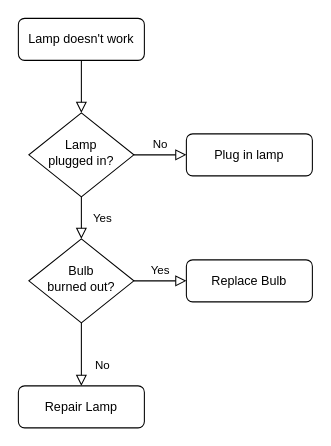
energywzc/draw.io keeps this draw.io diagram as Untitled Diagram.drawio. Above is the earlier version. Source tidied: cells renumbered, new cells numbered last; positions are measured from the earlier drawing's top-left corner, leaving out a move shared by most shapes. Both pictures are drawn from the tidied source at 105%, with x=0, y=0 at pixel (18, 18).
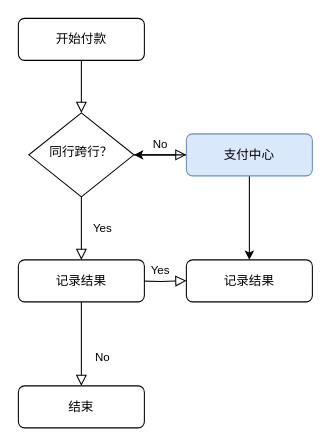
The same page after the edit.

Change to the diagram source:
```diff
@@
 <mxGraphModel>
   <root>
     <mxCell id="0" />
     <mxCell id="1" parent="0" />
     <mxCell id="2" style="rounded=0;html=1;jettySize=auto;fontSize=11;endArrow=block;endFill=0;endSize=8;strokeWidth=1;shadow=0;labelBackgroundColor=none;edgeStyle=orthogonalEdgeStyle;" parent="1" edge="1" source="3" target="6">
       <mxGeometry relative="1" as="geometry" />
     </mxCell>
-    <mxCell id="3" value="Lamp doesn't work" style="rounded=1;whiteSpace=wrap;html=1;fontSize=12;glass=0;strokeWidth=1;shadow=0;" parent="1" vertex="1">
+    <mxCell id="3" value="开始付款" style="rounded=1;whiteSpace=wrap;html=1;fontSize=12;glass=0;strokeWidth=1;shadow=0;" parent="1" vertex="1">
       <mxGeometry width="120" height="40" as="geometry" />
     </mxCell>
-    <mxCell id="4" value="Yes" style="rounded=0;html=1;jettySize=auto;fontSize=11;endArrow=block;endFill=0;endSize=8;strokeWidth=1;shadow=0;labelBackgroundColor=none;edgeStyle=orthogonalEdgeStyle;" parent="1" edge="1" source="6" target="10">
+    <mxCell id="4" value="Yes" style="rounded=0;html=1;jettySize=auto;fontSize=11;endArrow=block;endFill=0;endSize=8;strokeWidth=1;shadow=0;labelBackgroundColor=none;edgeStyle=orthogonalEdgeStyle;entryX=0.5;entryY=0;entryDx=0;entryDy=0;" parent="1" edge="1" source="6" target="15">
       <mxGeometry y="20" relative="1" as="geometry" />
     </mxCell>
     <mxCell id="5" value="No" style="edgeStyle=orthogonalEdgeStyle;rounded=0;html=1;jettySize=auto;fontSize=11;endArrow=block;endFill=0;endSize=8;strokeWidth=1;shadow=0;labelBackgroundColor=none;" parent="1" edge="1" source="6" target="7">
       <mxGeometry y="10" relative="1" as="geometry" />
     </mxCell>
-    <mxCell id="6" value="Lamp&lt;br&gt;plugged in?" style="rhombus;whiteSpace=wrap;html=1;shadow=0;fontFamily=Helvetica;fontSize=12;align=center;strokeWidth=1;spacing=6;spacingTop=-4;" parent="1" vertex="1">
+    <mxCell id="6" value="同行跨行？" style="rhombus;whiteSpace=wrap;html=1;shadow=0;fontFamily=Helvetica;fontSize=12;align=center;strokeWidth=1;spacing=6;spacingTop=-4;" parent="1" vertex="1">
       <mxGeometry x="10" y="90" width="100" height="80" as="geometry" />
     </mxCell>
+    <mxCell id="13" style="edgeStyle=orthogonalEdgeStyle;rounded=0;jettySize=auto;html=1;" parent="1" edge="1" source="7" target="6">
+      <mxGeometry relative="1" as="geometry" />
+    </mxCell>
+    <mxCell id="14" style="edgeStyle=orthogonalEdgeStyle;rounded=0;jettySize=auto;html=1;" parent="1" edge="1" source="7" target="12">
+      <mxGeometry relative="1" as="geometry" />
+    </mxCell>
-    <mxCell id="7" value="Plug in lamp" style="rounded=1;whiteSpace=wrap;html=1;fontSize=12;glass=0;strokeWidth=1;shadow=0;" parent="1" vertex="1">
+    <mxCell id="7" value="支付中心" style="rounded=1;whiteSpace=wrap;html=1;fontSize=12;glass=0;strokeWidth=1;shadow=0;fillColor=#dae8fc;strokeColor=#6c8ebf;" parent="1" vertex="1">
       <mxGeometry x="160" y="110" width="120" height="40" as="geometry" />
     </mxCell>
-    <mxCell id="8" value="No" style="rounded=0;html=1;jettySize=auto;fontSize=11;endArrow=block;endFill=0;endSize=8;strokeWidth=1;shadow=0;labelBackgroundColor=none;edgeStyle=orthogonalEdgeStyle;" parent="1" edge="1" source="10" target="11">
+    <mxCell id="8" value="No" style="rounded=0;html=1;jettySize=auto;fontSize=11;endArrow=block;endFill=0;endSize=8;strokeWidth=1;shadow=0;labelBackgroundColor=none;edgeStyle=orthogonalEdgeStyle;exitX=0.5;exitY=1;exitDx=0;exitDy=0;" parent="1" edge="1" source="15" target="11">
       <mxGeometry x="0.33" y="20" relative="1" as="geometry" />
     </mxCell>
-    <mxCell id="9" value="Yes" style="edgeStyle=orthogonalEdgeStyle;rounded=0;html=1;jettySize=auto;fontSize=11;endArrow=block;endFill=0;endSize=8;strokeWidth=1;shadow=0;labelBackgroundColor=none;" parent="1" edge="1" source="10" target="12">
-      <mxGeometry y="10" relative="1" as="geometry" />
+    <mxCell id="9" value="Yes" style="edgeStyle=orthogonalEdgeStyle;rounded=0;html=1;jettySize=auto;fontSize=11;endArrow=block;endFill=0;endSize=8;strokeWidth=1;shadow=0;labelBackgroundColor=none;" parent="1" edge="1" target="12">
+      <mxGeometry y="10" relative="1" as="geometry">
+        <mxPoint x="110" y="250" as="sourcePoint" />
+      </mxGeometry>
     </mxCell>
-    <mxCell id="10" value="Bulb&lt;br&gt;burned out?" style="rhombus;whiteSpace=wrap;html=1;shadow=0;fontFamily=Helvetica;fontSize=12;align=center;strokeWidth=1;spacing=6;spacingTop=-4;" parent="1" vertex="1">
-      <mxGeometry x="10" y="210" width="100" height="80" as="geometry" />
-    </mxCell>
+    <mxCell id="12" value="记录结果" style="rounded=1;whiteSpace=wrap;html=1;fontSize=12;glass=0;strokeWidth=1;shadow=0;" parent="1" vertex="1">
+      <mxGeometry x="160" y="230" width="120" height="40" as="geometry" />
+    </mxCell>
-    <mxCell id="11" value="Repair Lamp" style="rounded=1;whiteSpace=wrap;html=1;fontSize=12;glass=0;strokeWidth=1;shadow=0;" parent="1" vertex="1">
+    <mxCell id="11" value="结束" style="rounded=1;whiteSpace=wrap;html=1;fontSize=12;glass=0;strokeWidth=1;shadow=0;" parent="1" vertex="1">
       <mxGeometry y="350" width="120" height="40" as="geometry" />
     </mxCell>
-    <mxCell id="12" value="Replace Bulb" style="rounded=1;whiteSpace=wrap;html=1;fontSize=12;glass=0;strokeWidth=1;shadow=0;" parent="1" vertex="1">
-      <mxGeometry x="160" y="230" width="120" height="40" as="geometry" />
-    </mxCell>
+    <mxCell id="15" value="记录结果" style="rounded=1;whiteSpace=wrap;html=1;fontSize=12;glass=0;strokeWidth=1;shadow=0;" parent="1" vertex="1">
+      <mxGeometry y="230" width="120" height="40" as="geometry" />
+    </mxCell>
   </root>
 </mxGraphModel>
```
